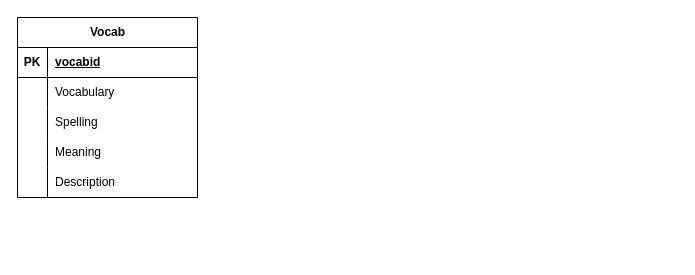
tnqbao/draw.io keeps this draw.io diagram as VocabWord.drawio. Above is the earlier version. Source tidied: cells renumbered, new cells numbered last; positions are measured from the earlier drawing's top-left corner, leaving out a move shared by most shapes. Both pictures are drawn from the tidied source at 100%, with x=0, y=0 at pixel (17, 17).
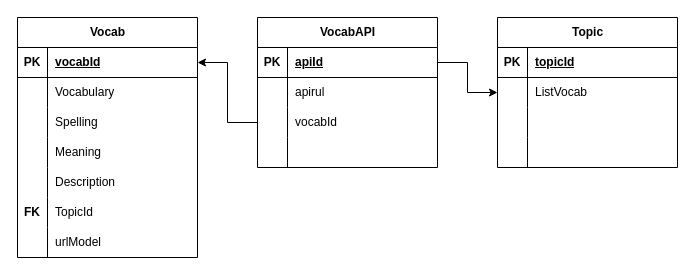
After the change.

Commit message (it also covers changes not shown here):
Cập nhật VocabWord.drawio

Unchanged cells that the change refers to:
```xml
<mxCell id="3" style="shape=tableRow;horizontal=0;startSize=0;swimlaneHead=0;swimlaneBody=0;fillColor=none;points=[[0,0.5],[1,0.5]];portConstraint=eastwest;top=0;left=0;right=0;bottom=1;" parent="2" vertex="1">
  <mxGeometry y="30" width="180" height="30" as="geometry" />
</mxCell>
```

Change to the diagram source:
```diff
@@
     <mxCell id="2" value="Vocab" style="shape=table;startSize=30;childLayout=tableLayout;rowLines=0;fontStyle=1;align=center;html=1;" parent="1" vertex="1">
-      <mxGeometry width="180" height="180" as="geometry" />
+      <mxGeometry width="180" height="240" as="geometry" />
     </mxCell>
@@
-    <mxCell id="5" value="vocabid" style="shape=partialRectangle;fillColor=none;top=0;left=0;bottom=0;right=0;align=left;spacingLeft=6;fontStyle=5;overflow=hidden;whiteSpace=wrap;html=1;" parent="3" vertex="1">
+    <mxCell id="5" value="vocabId" style="shape=partialRectangle;fillColor=none;top=0;left=0;bottom=0;right=0;align=left;spacingLeft=6;fontStyle=5;overflow=hidden;whiteSpace=wrap;html=1;" parent="3" vertex="1">
       <mxGeometry x="30" width="150" height="30" as="geometry" />
     </mxCell>
@@
+    <mxCell id="18" style="shape=tableRow;horizontal=0;startSize=0;swimlaneHead=0;swimlaneBody=0;fillColor=none;top=0;left=0;right=0;bottom=0;" parent="2" vertex="1">
+      <mxGeometry y="180" width="180" height="30" as="geometry" />
+    </mxCell>
+    <mxCell id="19" value="&lt;b&gt;FK&lt;/b&gt;" style="shape=partialRectangle;fillColor=none;top=0;left=0;bottom=0;right=0;overflow=hidden;whiteSpace=wrap;html=1;" parent="18" vertex="1">
+      <mxGeometry width="30" height="30" as="geometry" />
+    </mxCell>
+    <mxCell id="20" value="TopicId" style="shape=partialRectangle;fillColor=none;top=0;left=0;bottom=0;right=0;align=left;spacingLeft=6;overflow=hidden;whiteSpace=wrap;html=1;" parent="18" vertex="1">
+      <mxGeometry x="30" width="150" height="30" as="geometry" />
+    </mxCell>
+    <mxCell id="21" style="shape=tableRow;horizontal=0;startSize=0;swimlaneHead=0;swimlaneBody=0;fillColor=none;top=0;left=0;right=0;bottom=0;" parent="2" vertex="1">
+      <mxGeometry y="210" width="180" height="30" as="geometry" />
+    </mxCell>
+    <mxCell id="22" style="shape=partialRectangle;fillColor=none;top=0;left=0;bottom=0;right=0;overflow=hidden;whiteSpace=wrap;html=1;" parent="21" vertex="1">
+      <mxGeometry width="30" height="30" as="geometry" />
+    </mxCell>
+    <mxCell id="23" value="urlModel" style="shape=partialRectangle;fillColor=none;top=0;left=0;bottom=0;right=0;align=left;spacingLeft=6;overflow=hidden;whiteSpace=wrap;html=1;" parent="21" vertex="1">
+      <mxGeometry x="30" width="150" height="30" as="geometry" />
+    </mxCell>
+    <mxCell id="24" value="Topic" style="shape=table;startSize=30;childLayout=tableLayout;rowLines=0;fontStyle=1;align=center;html=1;" parent="1" vertex="1">
+      <mxGeometry x="480" width="180" height="150" as="geometry" />
+    </mxCell>
+    <mxCell id="25" style="shape=tableRow;horizontal=0;startSize=0;swimlaneHead=0;swimlaneBody=0;fillColor=none;top=0;left=0;right=0;bottom=1;" parent="24" vertex="1">
+      <mxGeometry y="30" width="180" height="30" as="geometry" />
+    </mxCell>
+    <mxCell id="26" value="PK" style="shape=partialRectangle;fillColor=none;top=0;left=0;bottom=0;right=0;fontStyle=1;overflow=hidden;whiteSpace=wrap;html=1;" parent="25" vertex="1">
+      <mxGeometry width="30" height="30" as="geometry" />
+    </mxCell>
+    <mxCell id="27" value="topicId" style="shape=partialRectangle;fillColor=none;top=0;left=0;bottom=0;right=0;align=left;spacingLeft=6;fontStyle=5;overflow=hidden;whiteSpace=wrap;html=1;" parent="25" vertex="1">
+      <mxGeometry x="30" width="150" height="30" as="geometry" />
+    </mxCell>
+    <mxCell id="28" style="shape=tableRow;horizontal=0;startSize=0;swimlaneHead=0;swimlaneBody=0;fillColor=none;points=[[0,0.5],[1,0.5]];portConstraint=eastwest;top=0;left=0;right=0;bottom=0;" parent="24" vertex="1">
+      <mxGeometry y="60" width="180" height="30" as="geometry" />
+    </mxCell>
+    <mxCell id="29" style="shape=partialRectangle;fillColor=none;top=0;left=0;bottom=0;right=0;overflow=hidden;whiteSpace=wrap;html=1;" parent="28" vertex="1">
+      <mxGeometry width="30" height="30" as="geometry" />
+    </mxCell>
+    <mxCell id="30" value="ListVocab" style="shape=partialRectangle;fillColor=none;top=0;left=0;bottom=0;right=0;align=left;spacingLeft=6;overflow=hidden;whiteSpace=wrap;html=1;" parent="28" vertex="1">
+      <mxGeometry x="30" width="150" height="30" as="geometry" />
+    </mxCell>
+    <mxCell id="31" style="shape=tableRow;horizontal=0;startSize=0;swimlaneHead=0;swimlaneBody=0;fillColor=none;top=0;left=0;right=0;bottom=0;" parent="24" vertex="1">
+      <mxGeometry y="90" width="180" height="30" as="geometry" />
+    </mxCell>
+    <mxCell id="32" style="shape=partialRectangle;fillColor=none;top=0;left=0;bottom=0;right=0;overflow=hidden;whiteSpace=wrap;html=1;" parent="31" vertex="1">
+      <mxGeometry width="30" height="30" as="geometry" />
+    </mxCell>
+    <mxCell id="33" style="shape=partialRectangle;fillColor=none;top=0;left=0;bottom=0;right=0;align=left;spacingLeft=6;overflow=hidden;whiteSpace=wrap;html=1;" parent="31" vertex="1">
+      <mxGeometry x="30" width="150" height="30" as="geometry" />
+    </mxCell>
+    <mxCell id="34" style="shape=tableRow;horizontal=0;startSize=0;swimlaneHead=0;swimlaneBody=0;fillColor=none;top=0;left=0;right=0;bottom=0;" parent="24" vertex="1">
+      <mxGeometry y="120" width="180" height="30" as="geometry" />
+    </mxCell>
+    <mxCell id="35" style="shape=partialRectangle;fillColor=none;top=0;left=0;bottom=0;right=0;overflow=hidden;whiteSpace=wrap;html=1;" parent="34" vertex="1">
+      <mxGeometry width="30" height="30" as="geometry" />
+    </mxCell>
+    <mxCell id="36" style="shape=partialRectangle;fillColor=none;top=0;left=0;bottom=0;right=0;align=left;spacingLeft=6;overflow=hidden;whiteSpace=wrap;html=1;" parent="34" vertex="1">
+      <mxGeometry x="30" width="150" height="30" as="geometry" />
+    </mxCell>
+    <mxCell id="37" value="VocabAPI" style="shape=table;startSize=30;childLayout=tableLayout;rowLines=0;fontStyle=1;align=center;html=1;" parent="1" vertex="1">
+      <mxGeometry x="240" width="180" height="150" as="geometry" />
+    </mxCell>
+    <mxCell id="38" style="shape=tableRow;horizontal=0;startSize=0;swimlaneHead=0;swimlaneBody=0;fillColor=none;points=[[0,0.5],[1,0.5]];portConstraint=eastwest;top=0;left=0;right=0;bottom=1;" parent="37" vertex="1">
+      <mxGeometry y="30" width="180" height="30" as="geometry" />
+    </mxCell>
+    <mxCell id="39" value="PK" style="shape=partialRectangle;fillColor=none;top=0;left=0;bottom=0;right=0;fontStyle=1;overflow=hidden;whiteSpace=wrap;html=1;" parent="38" vertex="1">
+      <mxGeometry width="30" height="30" as="geometry" />
+    </mxCell>
+    <mxCell id="40" value="apiId" style="shape=partialRectangle;fillColor=none;top=0;left=0;bottom=0;right=0;align=left;spacingLeft=6;fontStyle=5;overflow=hidden;whiteSpace=wrap;html=1;" parent="38" vertex="1">
+      <mxGeometry x="30" width="150" height="30" as="geometry" />
+    </mxCell>
+    <mxCell id="41" style="shape=tableRow;horizontal=0;startSize=0;swimlaneHead=0;swimlaneBody=0;fillColor=none;top=0;left=0;right=0;bottom=0;" parent="37" vertex="1">
+      <mxGeometry y="60" width="180" height="30" as="geometry" />
+    </mxCell>
+    <mxCell id="42" style="shape=partialRectangle;fillColor=none;top=0;left=0;bottom=0;right=0;overflow=hidden;whiteSpace=wrap;html=1;" parent="41" vertex="1">
+      <mxGeometry width="30" height="30" as="geometry" />
+    </mxCell>
+    <mxCell id="43" value="apirul" style="shape=partialRectangle;fillColor=none;top=0;left=0;bottom=0;right=0;align=left;spacingLeft=6;overflow=hidden;whiteSpace=wrap;html=1;" parent="41" vertex="1">
+      <mxGeometry x="30" width="150" height="30" as="geometry" />
+    </mxCell>
+    <mxCell id="44" style="shape=tableRow;horizontal=0;startSize=0;swimlaneHead=0;swimlaneBody=0;fillColor=none;points=[[0,0.5],[1,0.5]];portConstraint=eastwest;top=0;left=0;right=0;bottom=0;" parent="37" vertex="1">
+      <mxGeometry y="90" width="180" height="30" as="geometry" />
+    </mxCell>
+    <mxCell id="45" style="shape=partialRectangle;fillColor=none;top=0;left=0;bottom=0;right=0;overflow=hidden;whiteSpace=wrap;html=1;" parent="44" vertex="1">
+      <mxGeometry width="30" height="30" as="geometry" />
+    </mxCell>
+    <mxCell id="46" value="vocabId" style="shape=partialRectangle;fillColor=none;top=0;left=0;bottom=0;right=0;align=left;spacingLeft=6;overflow=hidden;whiteSpace=wrap;html=1;" parent="44" vertex="1">
+      <mxGeometry x="30" width="150" height="30" as="geometry" />
+    </mxCell>
+    <mxCell id="47" style="shape=tableRow;horizontal=0;startSize=0;swimlaneHead=0;swimlaneBody=0;fillColor=none;top=0;left=0;right=0;bottom=0;" parent="37" vertex="1">
+      <mxGeometry y="120" width="180" height="30" as="geometry" />
+    </mxCell>
+    <mxCell id="48" style="shape=partialRectangle;fillColor=none;top=0;left=0;bottom=0;right=0;overflow=hidden;whiteSpace=wrap;html=1;" parent="47" vertex="1">
+      <mxGeometry width="30" height="30" as="geometry" />
+    </mxCell>
+    <mxCell id="49" style="shape=partialRectangle;fillColor=none;top=0;left=0;bottom=0;right=0;align=left;spacingLeft=6;overflow=hidden;whiteSpace=wrap;html=1;" parent="47" vertex="1">
+      <mxGeometry x="30" width="150" height="30" as="geometry" />
+    </mxCell>
+    <mxCell id="50" style="edgeStyle=orthogonalEdgeStyle;rounded=0;jettySize=auto;html=1;exitX=0;exitY=0.5;exitDx=0;exitDy=0;" parent="1" edge="1" source="44" target="3">
+      <mxGeometry relative="1" as="geometry" />
+    </mxCell>
+    <mxCell id="51" style="edgeStyle=orthogonalEdgeStyle;rounded=0;jettySize=auto;html=1;" parent="1" edge="1" source="38" target="28">
+      <mxGeometry relative="1" as="geometry" />
+    </mxCell>
```
